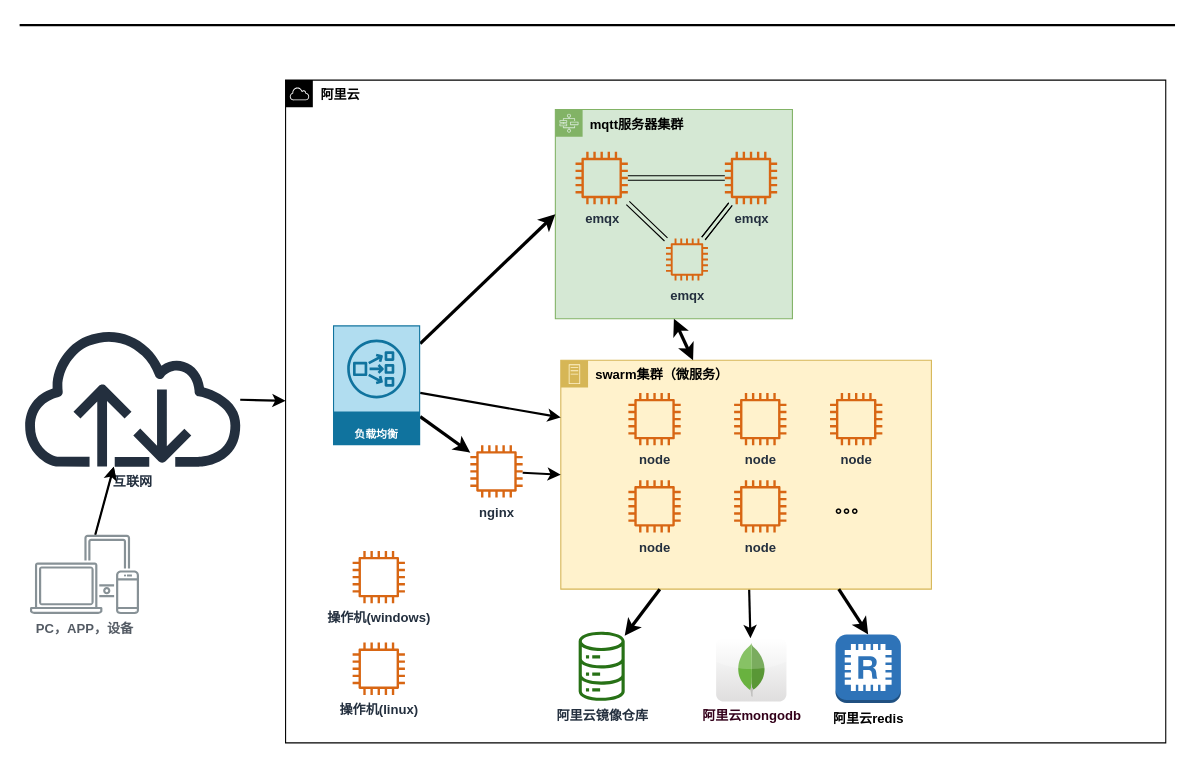
Above: cloud_deploy.drawio in jimmy0/chart (draw.io), before the change. Source tidied: cells renumbered, new cells numbered last; positions are measured from the earlier drawing's top-left corner, leaving out a move shared by most shapes. Both pictures are drawn from the tidied source at 109%, with x=0, y=0 at pixel (19, 20).
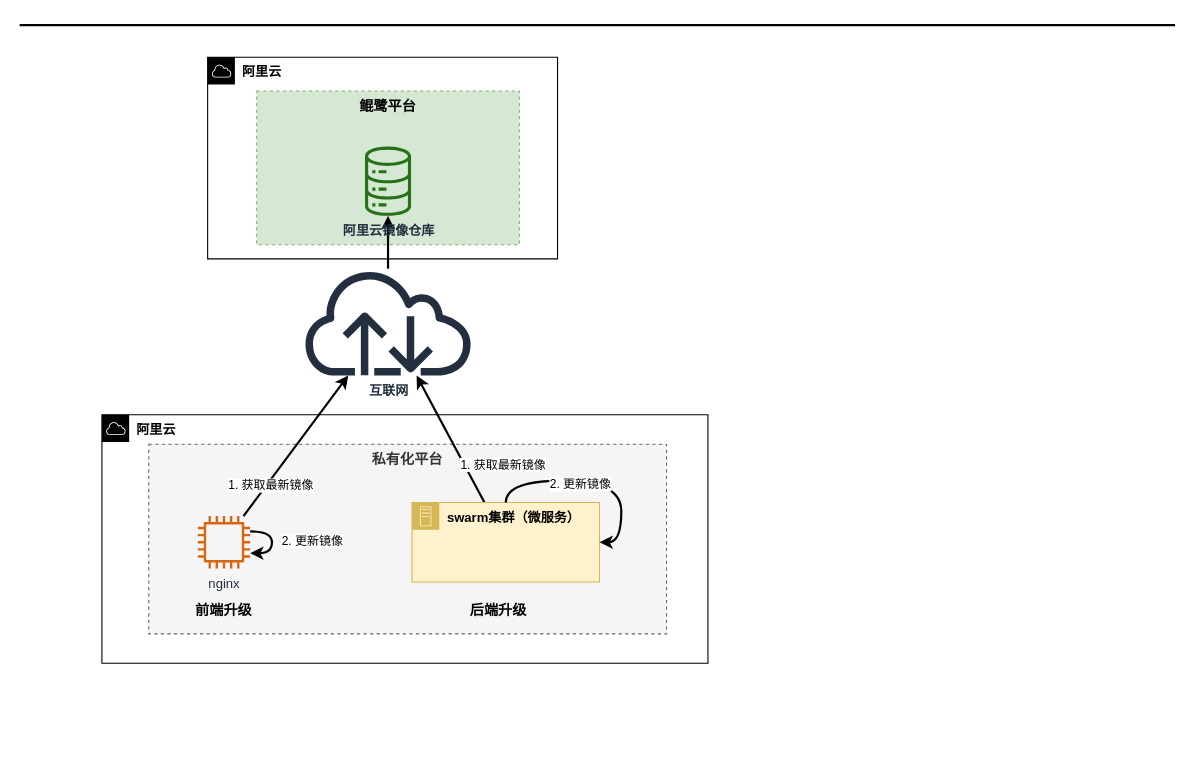
The same page after the edit.

Change to the diagram source:
```diff
@@
     <mxCell id="2" value="阿里云" style="points=[[0,0],[0.25,0],[0.5,0],[0.75,0],[1,0],[1,0.25],[1,0.5],[1,0.75],[1,1],[0.75,1],[0.5,1],[0.25,1],[0,1],[0,0.75],[0,0.5],[0,0.25]];outlineConnect=0;html=1;whiteSpace=wrap;fontSize=12;fontStyle=1;shape=mxgraph.aws4.group;grIcon=mxgraph.aws4.group_aws_cloud;verticalAlign=top;align=left;spacingLeft=30;dashed=0;" parent="1" vertex="1">
-      <mxGeometry x="244.5" y="55" width="807.5" height="608" as="geometry" />
+      <mxGeometry x="173" y="34" width="321" height="185" as="geometry" />
     </mxCell>
-    <mxCell id="3" value="mqtt服务器集群" style="points=[[0,0],[0.25,0],[0.5,0],[0.75,0],[1,0],[1,0.25],[1,0.5],[1,0.75],[1,1],[0.75,1],[0.5,1],[0.25,1],[0,1],[0,0.75],[0,0.5],[0,0.25]];outlineConnect=0;html=1;whiteSpace=wrap;fontSize=12;fontStyle=1;shape=mxgraph.aws4.group;grIcon=mxgraph.aws4.group_aws_step_functions_workflow;strokeColor=#82b366;fillColor=#d5e8d4;verticalAlign=top;align=left;spacingLeft=30;dashed=0;" parent="1" vertex="1">
-      <mxGeometry x="492" y="82" width="217.5" height="192" as="geometry" />
-    </mxCell>
-    <mxCell id="4" style="edgeStyle=none;rounded=0;jettySize=auto;html=1;fontFamily=Tahoma;fontSize=15;fontStyle=1;strokeWidth=2;" parent="1" edge="1" source="5" target="39">
-      <mxGeometry relative="1" as="geometry" />
-    </mxCell>
+    <mxCell id="40" value="鲲鹭平台" style="fillColor=#d5e8d4;strokeColor=#82b366;dashed=1;verticalAlign=top;fontStyle=1;fontSize=13;" parent="1" vertex="1">
+      <mxGeometry x="218" y="65" width="241" height="141" as="geometry" />
+    </mxCell>
+    <mxCell id="41" value="阿里云" style="html=1;whiteSpace=wrap;fontSize=12;fontStyle=1;shape=mxgraph.aws4.group;grIcon=mxgraph.aws4.group_aws_cloud;verticalAlign=top;align=left;spacingLeft=30;dashed=0;" parent="1" vertex="1">
+      <mxGeometry x="76" y="362" width="556" height="228" as="geometry" />
+    </mxCell>
+    <mxCell id="42" value="私有化平台" style="fillColor=#f5f5f5;strokeColor=#666666;dashed=1;verticalAlign=top;fontStyle=1;fontColor=#333333;fontSize=13;" parent="1" vertex="1">
+      <mxGeometry x="119" y="389" width="475" height="174" as="geometry" />
+    </mxCell>
+    <mxCell id="6" style="line;strokeWidth=2;html=1;fontSize=14;" parent="1" vertex="1">
+      <mxGeometry x="0.5" y="-0.5" width="1060" height="10" as="geometry" />
+    </mxCell>
+    <mxCell id="43" style="rounded=0;jettySize=auto;html=1;strokeWidth=2;" parent="1" edge="1" source="8" target="28">
+      <mxGeometry relative="1" as="geometry" />
+    </mxCell>
+    <mxCell id="8" value="互联网" style="outlineConnect=0;fontColor=#232F3E;gradientColor=none;fillColor=#232F3E;strokeColor=none;dashed=0;verticalLabelPosition=bottom;verticalAlign=top;align=center;html=1;fontSize=12;fontStyle=1;shape=mxgraph.aws4.internet;" parent="1" vertex="1">
+      <mxGeometry x="258.9" y="228" width="159.2" height="98" as="geometry" />
+    </mxCell>
+    <mxCell id="19" style="edgeStyle=none;shape=link;rounded=0;orthogonalLoop=1;jettySize=auto;html=1;exitX=1;exitY=1;exitDx=0;exitDy=0;fontStyle=1;" parent="1" edge="1" source="2" target="2">
+      <mxGeometry relative="1" as="geometry" />
+    </mxCell>
+    <mxCell id="28" value="阿里云镜像仓库" style="outlineConnect=0;fontColor=#232F3E;gradientColor=none;fillColor=#277116;strokeColor=none;dashed=0;verticalLabelPosition=bottom;verticalAlign=top;align=center;html=1;fontSize=12;fontStyle=1;shape=mxgraph.aws4.iot_analytics_data_store;" parent="1" vertex="1">
+      <mxGeometry x="316.5" y="116" width="44" height="63.5" as="geometry" />
+    </mxCell>
+    <mxCell id="44" value="1. 获取最新镜像" style="rounded=0;jettySize=auto;html=1;strokeWidth=2;" parent="1" edge="1" source="5" target="8">
+      <mxGeometry x="-0.67" y="-31" relative="1" as="geometry" />
+    </mxCell>
     <mxCell id="5" value="swarm集群（微服务）" style="points=[[0,0],[0.25,0],[0.5,0],[0.75,0],[1,0],[1,0.25],[1,0.5],[1,0.75],[1,1],[0.75,1],[0.5,1],[0.25,1],[0,1],[0,0.75],[0,0.5],[0,0.25]];outlineConnect=0;html=1;whiteSpace=wrap;fontSize=12;fontStyle=1;shape=mxgraph.aws4.group;grIcon=mxgraph.aws4.group_on_premise;strokeColor=#d6b656;fillColor=#fff2cc;verticalAlign=top;align=left;spacingLeft=30;dashed=0;" parent="1" vertex="1">
-      <mxGeometry x="497" y="312" width="340" height="210" as="geometry" />
+      <mxGeometry x="360.5" y="442.5" width="172" height="73" as="geometry" />
     </mxCell>
-    <mxCell id="6" style="line;strokeWidth=2;html=1;fontSize=14;" parent="1" vertex="1">
-      <mxGeometry x="0.5" y="-0.5" width="1060" height="10" as="geometry" />
-    </mxCell>
-    <mxCell id="7" style="edgeStyle=none;rounded=0;jettySize=auto;html=1;fontStyle=1;strokeWidth=2;" parent="1" edge="1" source="8" target="2">
-      <mxGeometry relative="1" as="geometry" />
-    </mxCell>
-    <mxCell id="8" value="互联网" style="outlineConnect=0;fontColor=#232F3E;gradientColor=none;fillColor=#232F3E;strokeColor=none;dashed=0;verticalLabelPosition=bottom;verticalAlign=top;align=center;html=1;fontSize=12;fontStyle=1;shape=mxgraph.aws4.internet;" parent="1" vertex="1">
-      <mxGeometry x="0.5" y="282" width="207.5" height="127.7" as="geometry" />
-    </mxCell>
-    <mxCell id="9" style="edgeStyle=none;rounded=0;jettySize=auto;html=1;fontStyle=1;" parent="1" edge="1" source="11" target="8">
-      <mxGeometry relative="1" as="geometry" />
-    </mxCell>
-    <mxCell id="10" style="edgeStyle=none;rounded=0;jettySize=auto;html=1;fontColor=#212121;strokeWidth=2;" parent="1" edge="1" source="11" target="8">
-      <mxGeometry relative="1" as="geometry" />
-    </mxCell>
-    <mxCell id="11" value="PC，APP，设备" style="outlineConnect=0;gradientColor=none;fontColor=#545B64;strokeColor=none;fillColor=#879196;dashed=0;verticalLabelPosition=bottom;verticalAlign=top;align=center;html=1;fontSize=12;fontStyle=1;shape=mxgraph.aws4.illustration_devices;" parent="1" vertex="1">
-      <mxGeometry x="10" y="472" width="100" height="73" as="geometry" />
-    </mxCell>
-    <mxCell id="12" style="edgeStyle=none;rounded=0;jettySize=auto;html=1;shape=link;fontStyle=1;" parent="1" edge="1" source="14" target="16">
-      <mxGeometry relative="1" as="geometry" />
-    </mxCell>
-    <mxCell id="13" style="edgeStyle=none;rounded=0;jettySize=auto;html=1;shape=link;fontStyle=1;" parent="1" edge="1" source="14" target="18">
-      <mxGeometry relative="1" as="geometry" />
-    </mxCell>
-    <mxCell id="14" value="emqx" style="outlineConnect=0;fontColor=#232F3E;gradientColor=none;fillColor=#D86613;strokeColor=none;dashed=0;verticalLabelPosition=bottom;verticalAlign=top;align=center;html=1;fontSize=12;fontStyle=1;shape=mxgraph.aws4.instance2;" parent="1" vertex="1">
-      <mxGeometry x="510.5" y="120.8" width="48" height="48" as="geometry" />
-    </mxCell>
-    <mxCell id="15" style="edgeStyle=none;shape=link;rounded=0;jettySize=auto;html=1;fontStyle=1;" parent="1" edge="1" source="16" target="18">
-      <mxGeometry relative="1" as="geometry" />
-    </mxCell>
-    <mxCell id="16" value="emqx" style="outlineConnect=0;fontColor=#232F3E;gradientColor=none;fillColor=#D86613;strokeColor=none;dashed=0;verticalLabelPosition=bottom;verticalAlign=top;align=center;html=1;fontSize=12;fontStyle=1;shape=mxgraph.aws4.instance2;" parent="1" vertex="1">
-      <mxGeometry x="647.5" y="120.8" width="48" height="48" as="geometry" />
-    </mxCell>
-    <mxCell id="17" style="edgeStyle=none;rounded=0;jettySize=auto;html=1;shape=link;fontStyle=1;" parent="1" edge="1" source="18" target="16">
-      <mxGeometry relative="1" as="geometry" />
-    </mxCell>
-    <mxCell id="18" value="emqx" style="outlineConnect=0;fontColor=#232F3E;gradientColor=none;fillColor=#D86613;strokeColor=none;dashed=0;verticalLabelPosition=bottom;verticalAlign=top;align=center;html=1;fontSize=12;fontStyle=1;shape=mxgraph.aws4.instance2;direction=north;" parent="1" vertex="1">
-      <mxGeometry x="593.5" y="200.3" width="38.5" height="38.5" as="geometry" />
-    </mxCell>
-    <mxCell id="19" style="edgeStyle=none;shape=link;rounded=0;orthogonalLoop=1;jettySize=auto;html=1;exitX=1;exitY=1;exitDx=0;exitDy=0;fontStyle=1;" parent="1" edge="1" source="2" target="2">
-      <mxGeometry relative="1" as="geometry" />
-    </mxCell>
-    <mxCell id="20" value="node" style="fontColor=#232F3E;gradientColor=none;fillColor=#D86613;strokeColor=none;dashed=0;verticalLabelPosition=bottom;verticalAlign=top;align=center;html=1;fontSize=12;fontStyle=1;shape=mxgraph.aws4.instance2;" parent="1" vertex="1">
-      <mxGeometry x="559" y="342" width="48" height="48" as="geometry" />
-    </mxCell>
-    <mxCell id="21" value="node" style="fontColor=#232F3E;gradientColor=none;fillColor=#D86613;strokeColor=none;dashed=0;verticalLabelPosition=bottom;verticalAlign=top;align=center;html=1;fontSize=12;fontStyle=1;shape=mxgraph.aws4.instance2;" parent="1" vertex="1">
-      <mxGeometry x="656" y="342" width="48" height="48" as="geometry" />
-    </mxCell>
-    <mxCell id="22" value="node" style="fontColor=#232F3E;gradientColor=none;fillColor=#D86613;strokeColor=none;dashed=0;verticalLabelPosition=bottom;verticalAlign=top;align=center;html=1;fontSize=12;fontStyle=1;shape=mxgraph.aws4.instance2;direction=north;" parent="1" vertex="1">
-      <mxGeometry x="559" y="422" width="48" height="48" as="geometry" />
-    </mxCell>
-    <mxCell id="23" style="edgeStyle=none;rounded=0;jettySize=auto;html=1;fontFamily=Tahoma;fontSize=15;fontStyle=1;strokeWidth=3;" parent="1" edge="1" source="5" target="28">
-      <mxGeometry relative="1" as="geometry" />
-    </mxCell>
-    <mxCell id="24" value="node" style="fontColor=#232F3E;gradientColor=none;fillColor=#D86613;strokeColor=none;dashed=0;verticalLabelPosition=bottom;verticalAlign=top;align=center;html=1;fontSize=12;fontStyle=1;shape=mxgraph.aws4.instance2;" parent="1" vertex="1">
-      <mxGeometry x="656" y="422" width="48" height="48" as="geometry" />
-    </mxCell>
-    <mxCell id="25" value="node" style="fontColor=#232F3E;gradientColor=none;fillColor=#D86613;strokeColor=none;dashed=0;verticalLabelPosition=bottom;verticalAlign=top;align=center;html=1;fontSize=12;fontStyle=1;shape=mxgraph.aws4.instance2;" parent="1" vertex="1">
-      <mxGeometry x="744" y="342" width="48" height="48" as="geometry" />
-    </mxCell>
-    <mxCell id="26" value="。。。" style="text;html=1;strokeColor=none;fillColor=none;align=center;verticalAlign=middle;whiteSpace=wrap;rounded=0;fontStyle=1;fontSize=15;fontFamily=Tahoma;" parent="1" vertex="1">
-      <mxGeometry x="744" y="436" width="40" height="20" as="geometry" />
-    </mxCell>
-    <mxCell id="27" style="endArrow=classic;startArrow=classic;html=1;fontFamily=Tahoma;fontSize=15;entryX=0.5;entryY=1;entryDx=0;entryDy=0;fontStyle=1;strokeWidth=3;" parent="1" edge="1" source="5" target="3">
-      <mxGeometry relative="1" as="geometry" />
-    </mxCell>
-    <mxCell id="28" value="阿里云镜像仓库" style="outlineConnect=0;fontColor=#232F3E;gradientColor=none;fillColor=#277116;strokeColor=none;dashed=0;verticalLabelPosition=bottom;verticalAlign=top;align=center;html=1;fontSize=12;fontStyle=1;shape=mxgraph.aws4.iot_analytics_data_store;" parent="1" vertex="1">
-      <mxGeometry x="512.5" y="561" width="44" height="63.5" as="geometry" />
-    </mxCell>
-    <mxCell id="29" value="操作机(windows)" style="fontColor=#232F3E;gradientColor=none;fillColor=#D86613;strokeColor=none;dashed=0;verticalLabelPosition=bottom;verticalAlign=top;align=center;html=1;fontSize=12;fontStyle=1;shape=mxgraph.aws4.instance2;" parent="1" vertex="1">
-      <mxGeometry x="306" y="487" width="48" height="48" as="geometry" />
-    </mxCell>
-    <mxCell id="30" value="操作机(linux)" style="fontColor=#232F3E;gradientColor=none;fillColor=#D86613;strokeColor=none;dashed=0;verticalLabelPosition=bottom;verticalAlign=top;align=center;html=1;fontSize=12;fontStyle=1;shape=mxgraph.aws4.instance2;" parent="1" vertex="1">
-      <mxGeometry x="306" y="571" width="48" height="48" as="geometry" />
-    </mxCell>
-    <mxCell id="31" style="rounded=0;jettySize=auto;html=1;entryX=0;entryY=0.5;entryDx=0;entryDy=0;fontColor=#212121;fontStyle=1;strokeWidth=3;" parent="1" edge="1" source="34" target="3">
-      <mxGeometry relative="1" as="geometry" />
-    </mxCell>
-    <mxCell id="32" style="edgeStyle=none;rounded=0;jettySize=auto;html=1;fontColor=#212121;fontStyle=1;strokeWidth=3;" parent="1" edge="1" source="34" target="36">
-      <mxGeometry relative="1" as="geometry" />
-    </mxCell>
-    <mxCell id="33" style="edgeStyle=none;rounded=0;jettySize=auto;html=1;entryX=0;entryY=0.25;entryDx=0;entryDy=0;strokeWidth=2;fontColor=#FFFFFF;" parent="1" edge="1" source="34" target="5">
-      <mxGeometry relative="1" as="geometry" />
-    </mxCell>
-    <mxCell id="34" value="负载均衡" style="outlineConnect=0;dashed=0;verticalLabelPosition=middle;verticalAlign=bottom;align=center;html=1;whiteSpace=wrap;fontSize=10;fontStyle=1;spacing=3;shape=mxgraph.aws4.productIcon;prIcon=mxgraph.aws4.network_load_balancer;fillColor=#b1ddf0;strokeColor=#10739e;fontColor=#FFFFFF;" parent="1" vertex="1">
-      <mxGeometry x="288" y="280" width="80" height="110" as="geometry" />
-    </mxCell>
-    <mxCell id="35" style="edgeStyle=none;rounded=0;jettySize=auto;html=1;strokeWidth=2;fontColor=#FFFFFF;entryX=0;entryY=0.5;entryDx=0;entryDy=0;" parent="1" edge="1" source="36" target="5">
-      <mxGeometry relative="1" as="geometry" />
-    </mxCell>
+    <mxCell id="45" style="edgeStyle=orthogonalEdgeStyle;curved=1;rounded=0;orthogonalLoop=1;jettySize=auto;html=1;entryX=1;entryY=0.5;entryDx=0;entryDy=0;strokeWidth=2;" parent="1" edge="1" source="5" target="5">
+      <mxGeometry relative="1" as="geometry" />
+    </mxCell>
+    <mxCell id="46" value="2. 更新镜像" style="edgeLabel;html=1;align=center;verticalAlign=middle;" parent="45" vertex="1">
+      <mxGeometry x="-0.13" y="-3" relative="1" as="geometry" />
+    </mxCell>
+    <mxCell id="47" style="edgeStyle=none;rounded=0;jettySize=auto;html=1;strokeWidth=2;" parent="1" edge="1" source="36" target="8">
+      <mxGeometry relative="1" as="geometry" />
+    </mxCell>
+    <mxCell id="48" value="1. 获取最新镜像" style="edgeLabel;html=1;align=center;verticalAlign=middle;" parent="47" vertex="1">
+      <mxGeometry x="-0.53" y="-3" relative="1" as="geometry" />
+    </mxCell>
-    <mxCell id="36" value="nginx" style="outlineConnect=0;fontColor=#232F3E;gradientColor=none;fillColor=#D86613;strokeColor=none;dashed=0;verticalLabelPosition=bottom;verticalAlign=top;align=center;html=1;fontSize=12;fontStyle=1;shape=mxgraph.aws4.instance2;" parent="1" vertex="1">
-      <mxGeometry x="414" y="390" width="48" height="48" as="geometry" />
+    <mxCell id="36" value="nginx" style="outlineConnect=0;fontColor=#232F3E;gradientColor=none;fillColor=#D86613;strokeColor=none;dashed=0;verticalLabelPosition=bottom;verticalAlign=top;align=center;html=1;fontSize=12;fontStyle=0;shape=mxgraph.aws4.instance2;" parent="1" vertex="1">
+      <mxGeometry x="164" y="455" width="48" height="48" as="geometry" />
     </mxCell>
-    <mxCell id="37" value="&lt;font color=&quot;#000000&quot;&gt;阿里云redis&lt;/font&gt;" style="outlineConnect=0;dashed=0;verticalLabelPosition=bottom;verticalAlign=top;align=center;html=1;shape=mxgraph.aws3.redis;fillColor=#2E73B8;gradientColor=none;fontColor=#FFFFFF;fontStyle=1;" parent="1" vertex="1">
-      <mxGeometry x="749" y="563.5" width="60" height="63" as="geometry" />
-    </mxCell>
-    <mxCell id="38" style="rounded=0;jettySize=auto;html=1;fontColor=#212121;fontStyle=1;strokeWidth=3;exitX=0.75;exitY=1;exitDx=0;exitDy=0;entryX=0.5;entryY=0;entryDx=0;entryDy=0;entryPerimeter=0;" parent="1" edge="1" source="5" target="37">
-      <mxGeometry relative="1" as="geometry" />
-    </mxCell>
-    <mxCell id="39" value="阿里云mongodb" style="dashed=0;outlineConnect=0;html=1;align=center;labelPosition=center;verticalLabelPosition=bottom;verticalAlign=top;shape=mxgraph.webicons.mongodb;gradientColor=#DFDEDE;fontColor=#33001A;fontStyle=1;" parent="1" vertex="1">
-      <mxGeometry x="639.5" y="567" width="64.5" height="58" as="geometry" />
-    </mxCell>
+    <mxCell id="49" style="edgeStyle=orthogonalEdgeStyle;rounded=0;orthogonalLoop=1;jettySize=auto;html=1;curved=1;strokeWidth=2;" parent="1" edge="1" source="36" target="36">
+      <mxGeometry relative="1" as="geometry" />
+    </mxCell>
+    <mxCell id="50" value="2. 更新镜像" style="edgeLabel;html=1;align=center;verticalAlign=middle;" parent="49" vertex="1">
+      <mxGeometry x="-0.63" relative="1" as="geometry">
+        <mxPoint x="45" y="8" as="offset" />
+      </mxGeometry>
+    </mxCell>
+    <mxCell id="51" value="前端升级" style="text;html=1;strokeColor=none;fillColor=none;align=center;verticalAlign=middle;whiteSpace=wrap;rounded=0;fontSize=13;fontStyle=1;" parent="1" vertex="1">
+      <mxGeometry x="138" y="531" width="100" height="20" as="geometry" />
+    </mxCell>
+    <mxCell id="52" value="后端升级" style="text;html=1;strokeColor=none;fillColor=none;align=center;verticalAlign=middle;whiteSpace=wrap;rounded=0;fontSize=13;fontStyle=1;" parent="1" vertex="1">
+      <mxGeometry x="390" y="531" width="100" height="20" as="geometry" />
+    </mxCell>
```
